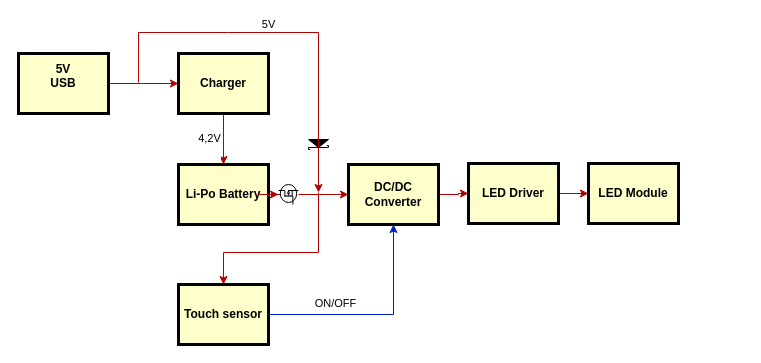
Before: Diagram.drawio in EtherEE/Christmas_trEE, a draw.io diagram. Source tidied: cells renumbered, new cells numbered last; positions are measured from the earlier drawing's top-left corner, leaving out a move shared by most shapes. Both pictures are drawn from the tidied source at 100%, with x=0, y=0 at pixel (18, 32).
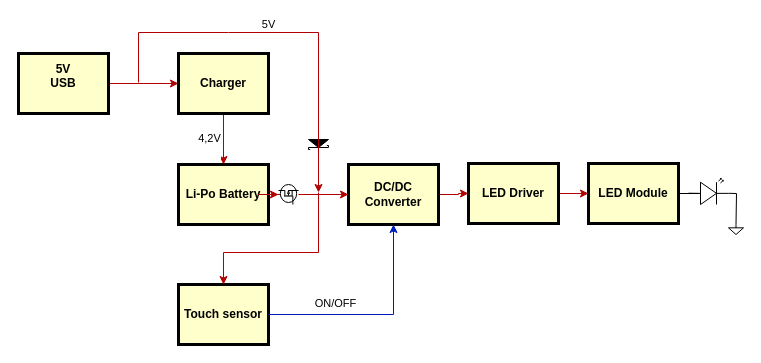
The same diagram, later.

Unchanged cells that the change refers to:
```xml
<mxCell id="9" value="LED Module" style="whiteSpace=wrap;align=center;verticalAlign=middle;fontStyle=1;strokeWidth=3;fillColor=#FFFFCC;" parent="1" vertex="1">
  <mxGeometry x="570" y="131" width="90" height="60" as="geometry" />
</mxCell>
```

The edit, as a diff of the source:
```diff
@@
+    <mxCell id="23" style="edgeStyle=orthogonalEdgeStyle;rounded=0;jettySize=auto;html=1;endArrow=none;endFill=0;entryX=0;entryY=0.57;entryDx=0;entryDy=0;entryPerimeter=0;" parent="1" edge="1" source="9" target="24">
+      <mxGeometry relative="1" as="geometry" />
+    </mxCell>
@@
+    <mxCell id="24" style="verticalLabelPosition=bottom;shadow=0;dashed=0;align=center;html=1;verticalAlign=top;shape=mxgraph.electrical.opto_electronics.led_2;" parent="1" vertex="1">
+      <mxGeometry x="670" y="146" width="40" height="26" as="geometry" />
+    </mxCell>
+    <mxCell id="25" style="verticalLabelPosition=bottom;shadow=0;dashed=0;align=center;html=1;verticalAlign=top;shape=mxgraph.electrical.signal_sources.signal_ground;" parent="1" vertex="1">
+      <mxGeometry x="710" y="192" width="15" height="10" as="geometry" />
+    </mxCell>
+    <mxCell id="26" style="endArrow=none;html=1;rounded=0;entryX=1;entryY=0.57;entryDx=0;entryDy=0;entryPerimeter=0;exitX=0.5;exitY=0;exitDx=0;exitDy=0;exitPerimeter=0;" parent="1" edge="1" source="25" target="24">
+      <mxGeometry relative="1" as="geometry">
+        <Array as="points">
+          <mxPoint x="718" y="161" />
+        </Array>
+      </mxGeometry>
+    </mxCell>
```
